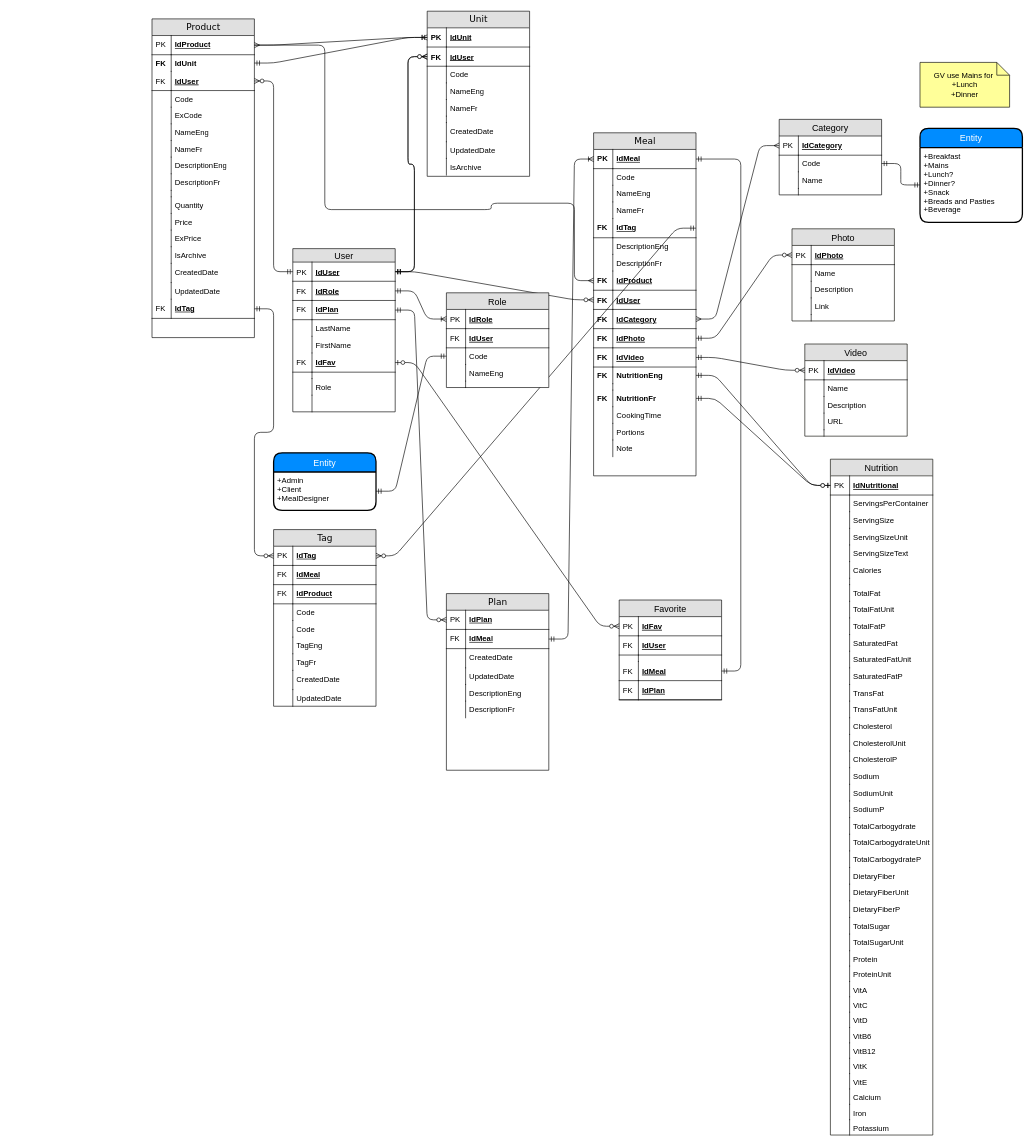
ElvinaCherepovich/MP_CivicTech keeps this draw.io diagram as MealPlannerErDiagram.drawio. Above is the earlier version. Source tidied: cells renumbered, new cells numbered last; positions are measured from the earlier drawing's top-left corner, leaving out a move shared by most shapes. Both pictures are drawn from the tidied source at 64%, with x=0, y=0 at pixel (152, 11).
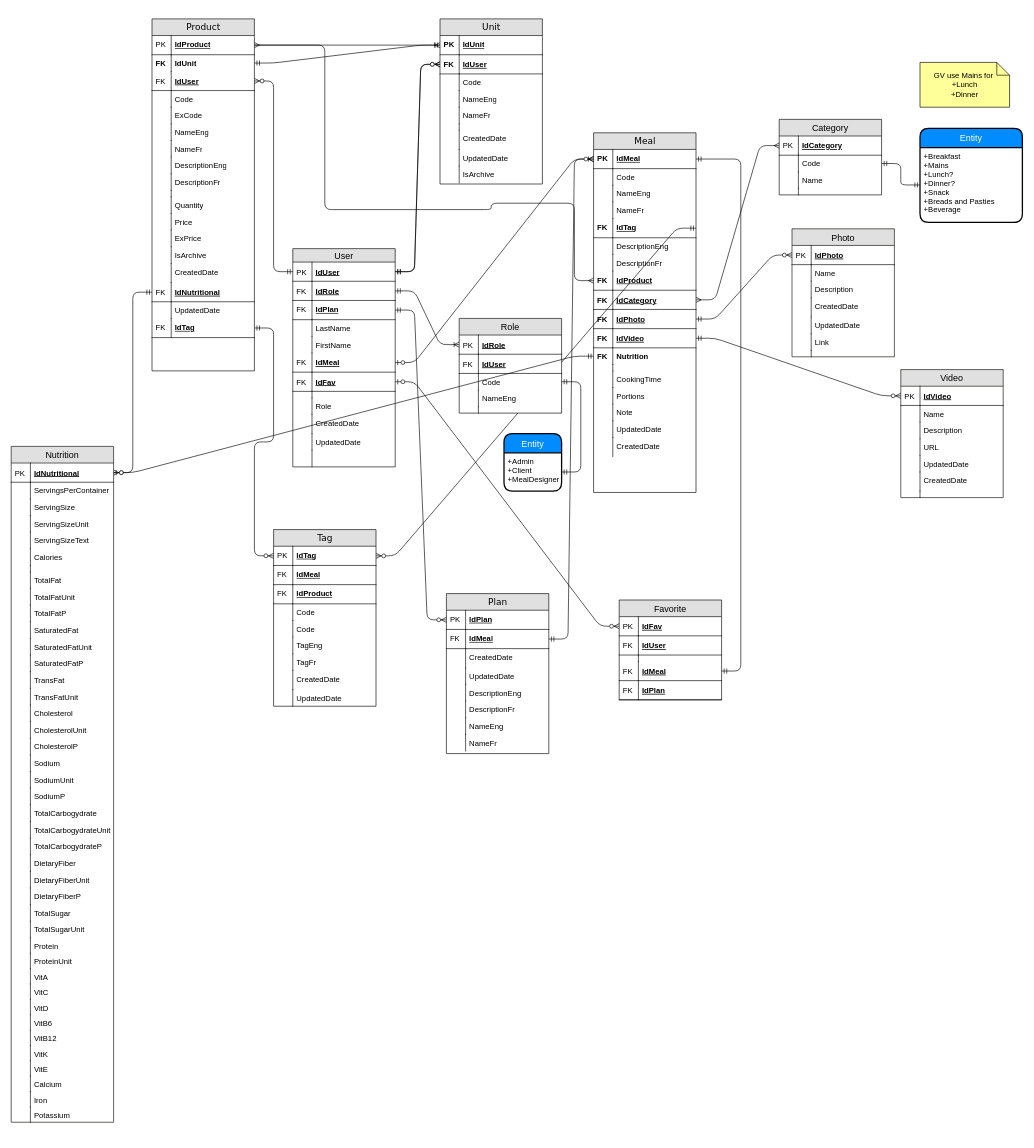
After the change.

Unchanged cells that the change refers to:
```xml
<mxCell id="3" value="IdMeal" style="shape=partialRectangle;top=0;left=0;right=0;bottom=1;html=1;align=left;verticalAlign=middle;fillColor=none;spacingLeft=34;spacingRight=4;whiteSpace=wrap;overflow=hidden;points=[[0,0.5],[1,0.5]];portConstraint=eastwest;fontStyle=5;" parent="2" vertex="1">
  <mxGeometry y="26" width="160" height="30" as="geometry" />
</mxCell>
<mxCell id="115" value="IdUser" style="shape=partialRectangle;top=0;left=0;right=0;bottom=1;align=left;verticalAlign=middle;fillColor=none;spacingLeft=34;spacingRight=4;overflow=hidden;points=[[0,0.5],[1,0.5]];portConstraint=eastwest;fontStyle=5;fontSize=12;" parent="114" vertex="1">
  <mxGeometry y="21" width="160" height="30" as="geometry" />
</mxCell>
<mxCell id="194" value="IdNutritional" style="shape=partialRectangle;top=0;left=0;right=0;bottom=1;align=left;verticalAlign=middle;fillColor=none;spacingLeft=34;spacingRight=4;overflow=hidden;points=[[0,0.5],[1,0.5]];portConstraint=eastwest;fontStyle=5;fontSize=12;" parent="193" vertex="1">
  <mxGeometry y="26" width="160" height="30" as="geometry" />
</mxCell>
```

Change to the diagram source:
```diff
@@
     <mxCell id="2" value="Meal" style="swimlane;html=1;fontStyle=0;horizontal=1;startSize=26;fillColor=#e0e0e0;swimlaneFillColor=#ffffff;align=center;rounded=0;shadow=0;comic=0;labelBackgroundColor=none;strokeWidth=1;fontFamily=Verdana;fontSize=14;swimlaneLine=1;" parent="1" vertex="1">
-      <mxGeometry x="690" y="190" width="160" height="536" as="geometry" />
+      <mxGeometry x="690" y="190" width="160" height="562" as="geometry" />
     </mxCell>
@@
-    <mxCell id="19" value="IdUser" style="shape=partialRectangle;top=0;left=0;right=0;bottom=1;align=left;verticalAlign=middle;fillColor=none;spacingLeft=34;spacingRight=4;overflow=hidden;points=[[0,0.5],[1,0.5]];portConstraint=eastwest;fontStyle=5;fontSize=12;" parent="2" vertex="1">
-      <mxGeometry y="246" width="160" height="30" as="geometry" />
-    </mxCell>
-    <mxCell id="20" value="FK" style="shape=partialRectangle;top=0;left=0;bottom=0;fillColor=none;align=left;verticalAlign=middle;spacingLeft=4;spacingRight=4;overflow=hidden;fontSize=12;fontStyle=1;" parent="19" vertex="1">
-      <mxGeometry width="30" height="30" as="geometry" />
-    </mxCell>
     <mxCell id="21" value="IdCategory" style="shape=partialRectangle;top=0;left=0;right=0;bottom=1;align=left;verticalAlign=middle;fillColor=none;spacingLeft=34;spacingRight=4;overflow=hidden;points=[[0,0.5],[1,0.5]];portConstraint=eastwest;fontStyle=5;fontSize=12;" parent="2" vertex="1">
-      <mxGeometry y="276" width="160" height="30" as="geometry" />
+      <mxGeometry y="246" width="160" height="30" as="geometry" />
     </mxCell>
@@
     <mxCell id="23" value="IdPhoto" style="shape=partialRectangle;top=0;left=0;right=0;bottom=1;align=left;verticalAlign=middle;fillColor=none;spacingLeft=34;spacingRight=4;overflow=hidden;points=[[0,0.5],[1,0.5]];portConstraint=eastwest;fontStyle=5;fontSize=12;" parent="2" vertex="1">
-      <mxGeometry y="306" width="160" height="30" as="geometry" />
+      <mxGeometry y="276" width="160" height="30" as="geometry" />
     </mxCell>
@@
     <mxCell id="25" value="IdVideo" style="shape=partialRectangle;top=0;left=0;right=0;bottom=1;align=left;verticalAlign=middle;fillColor=none;spacingLeft=34;spacingRight=4;overflow=hidden;points=[[0,0.5],[1,0.5]];portConstraint=eastwest;fontStyle=5;fontSize=12;" parent="2" vertex="1">
-      <mxGeometry y="336" width="160" height="30" as="geometry" />
+      <mxGeometry y="306" width="160" height="30" as="geometry" />
     </mxCell>
@@
-    <mxCell id="27" value="NutritionEng" style="shape=partialRectangle;top=0;left=0;right=0;bottom=0;html=1;align=left;verticalAlign=top;fillColor=none;spacingLeft=34;spacingRight=4;whiteSpace=wrap;overflow=hidden;points=[[0,0.5],[1,0.5]];portConstraint=eastwest;fontStyle=1;" parent="2" vertex="1">
-      <mxGeometry y="366" width="160" height="26" as="geometry" />
+    <mxCell id="27" value="Nutrition" style="shape=partialRectangle;top=0;left=0;right=0;bottom=0;html=1;align=left;verticalAlign=top;fillColor=none;spacingLeft=34;spacingRight=4;whiteSpace=wrap;overflow=hidden;points=[[0,0.5],[1,0.5]];portConstraint=eastwest;fontStyle=1;" parent="2" vertex="1">
+      <mxGeometry y="336" width="160" height="26" as="geometry" />
     </mxCell>
@@
     <mxCell id="29" style="shape=partialRectangle;top=0;left=0;right=0;bottom=0;html=1;align=left;verticalAlign=top;fillColor=none;spacingLeft=34;spacingRight=4;whiteSpace=wrap;overflow=hidden;" parent="2" vertex="1">
-      <mxGeometry y="392" width="160" height="10" as="geometry" />
+      <mxGeometry y="362" width="160" height="10" as="geometry" />
     </mxCell>
@@
-    <mxCell id="31" value="NutritionFr" style="shape=partialRectangle;top=0;left=0;right=0;bottom=0;html=1;align=left;verticalAlign=top;fillColor=none;spacingLeft=34;spacingRight=4;whiteSpace=wrap;overflow=hidden;points=[[0,0.5],[1,0.5]];portConstraint=eastwest;fontStyle=1;" parent="2" vertex="1">
-      <mxGeometry y="402" width="160" height="26" as="geometry" />
-    </mxCell>
-    <mxCell id="32" value="FK" style="shape=partialRectangle;top=0;left=0;bottom=0;html=1;fillColor=none;align=left;verticalAlign=top;spacingLeft=4;spacingRight=4;whiteSpace=wrap;overflow=hidden;fontStyle=1;" parent="31" vertex="1">
-      <mxGeometry width="30" height="26" as="geometry" />
-    </mxCell>
     <mxCell id="33" value="CookingTime" style="shape=partialRectangle;top=0;left=0;right=0;bottom=0;html=1;align=left;verticalAlign=top;fillColor=none;spacingLeft=34;spacingRight=4;whiteSpace=wrap;overflow=hidden;fontStyle=0;" parent="2" vertex="1">
-      <mxGeometry y="428" width="160" height="26" as="geometry" />
+      <mxGeometry y="372" width="160" height="26" as="geometry" />
     </mxCell>
@@
     <mxCell id="35" value="Portions" style="shape=partialRectangle;top=0;left=0;right=0;bottom=0;html=1;align=left;verticalAlign=top;fillColor=none;spacingLeft=34;spacingRight=4;whiteSpace=wrap;overflow=hidden;fontStyle=0;" parent="2" vertex="1">
-      <mxGeometry y="454" width="160" height="26" as="geometry" />
+      <mxGeometry y="398" width="160" height="26" as="geometry" />
     </mxCell>
@@
     <mxCell id="37" value="Note" style="shape=partialRectangle;top=0;left=0;right=0;bottom=0;html=1;align=left;verticalAlign=top;fillColor=none;spacingLeft=34;spacingRight=4;whiteSpace=wrap;overflow=hidden;fontStyle=0;" parent="2" vertex="1">
-      <mxGeometry y="480" width="160" height="26" as="geometry" />
+      <mxGeometry y="424" width="160" height="26" as="geometry" />
     </mxCell>
@@
+    <mxCell id="306" value="UpdatedDate" style="shape=partialRectangle;top=0;left=0;right=0;bottom=0;html=1;align=left;verticalAlign=top;fillColor=none;spacingLeft=34;spacingRight=4;whiteSpace=wrap;overflow=hidden;" parent="2" vertex="1">
+      <mxGeometry y="450" width="160" height="26" as="geometry" />
+    </mxCell>
+    <mxCell id="307" style="shape=partialRectangle;top=0;left=0;bottom=0;html=1;fillColor=none;align=left;verticalAlign=top;spacingLeft=4;spacingRight=4;whiteSpace=wrap;overflow=hidden;" parent="306" vertex="1">
+      <mxGeometry width="30" height="26" as="geometry" />
+    </mxCell>
+    <mxCell id="308" value="CreatedDate" style="shape=partialRectangle;top=0;left=0;right=0;bottom=0;html=1;align=left;verticalAlign=top;fillColor=none;spacingLeft=34;spacingRight=4;whiteSpace=wrap;overflow=hidden;" parent="2" vertex="1">
+      <mxGeometry y="476" width="160" height="30" as="geometry" />
+    </mxCell>
+    <mxCell id="309" style="shape=partialRectangle;top=0;left=0;bottom=0;html=1;fillColor=none;align=left;verticalAlign=top;spacingLeft=4;spacingRight=4;whiteSpace=wrap;overflow=hidden;" parent="308" vertex="1">
+      <mxGeometry width="30" height="30" as="geometry" />
+    </mxCell>
     <mxCell id="39" value="Product" style="swimlane;html=1;fontStyle=0;horizontal=1;startSize=26;fillColor=#e0e0e0;swimlaneFillColor=#ffffff;align=center;rounded=0;shadow=0;comic=0;labelBackgroundColor=none;strokeWidth=1;fontFamily=Verdana;fontSize=14;" parent="1" vertex="1">
-      <mxGeometry y="12" width="160" height="498" as="geometry" />
+      <mxGeometry y="12" width="160" height="550" as="geometry" />
     </mxCell>
@@
+    <mxCell id="310" value="IdNutritional" style="shape=partialRectangle;top=0;left=0;right=0;bottom=1;align=left;verticalAlign=middle;fillColor=none;spacingLeft=34;spacingRight=4;overflow=hidden;points=[[0,0.5],[1,0.5]];portConstraint=eastwest;fontStyle=5;fontSize=12;" parent="39" vertex="1">
+      <mxGeometry y="412" width="160" height="30" as="geometry" />
+    </mxCell>
+    <mxCell id="311" value="FK" style="shape=partialRectangle;top=0;left=0;bottom=0;fillColor=none;align=left;verticalAlign=middle;spacingLeft=4;spacingRight=4;overflow=hidden;fontSize=12;" parent="310" vertex="1">
+      <mxGeometry width="30" height="30" as="geometry" />
+    </mxCell>
     <mxCell id="70" value="UpdatedDate" style="shape=partialRectangle;top=0;left=0;right=0;bottom=0;html=1;align=left;verticalAlign=top;fillColor=none;spacingLeft=34;spacingRight=4;whiteSpace=wrap;overflow=hidden;" parent="39" vertex="1">
-      <mxGeometry y="412" width="160" height="26" as="geometry" />
+      <mxGeometry y="442" width="160" height="26" as="geometry" />
     </mxCell>
@@
     <mxCell id="72" value="IdTag" style="shape=partialRectangle;top=0;left=0;right=0;bottom=1;html=1;align=left;verticalAlign=middle;fillColor=none;spacingLeft=34;spacingRight=4;whiteSpace=wrap;overflow=hidden;points=[[0,0.5],[1,0.5]];portConstraint=eastwest;fontStyle=5;" parent="39" vertex="1">
-      <mxGeometry y="438" width="160" height="30" as="geometry" />
+      <mxGeometry y="468" width="160" height="30" as="geometry" />
     </mxCell>
@@
     <mxCell id="94" value="Unit" style="swimlane;html=1;fontStyle=0;horizontal=1;startSize=26;fillColor=#e0e0e0;swimlaneFillColor=#ffffff;align=center;rounded=0;shadow=0;comic=0;labelBackgroundColor=none;strokeWidth=1;fontFamily=Verdana;fontSize=14;" parent="1" vertex="1">
-      <mxGeometry x="430" width="160" height="258" as="geometry" />
+      <mxGeometry x="450" y="12" width="160" height="258" as="geometry" />
     </mxCell>
@@
     <mxCell id="114" value="User" style="swimlane;fontStyle=0;horizontal=1;startSize=21;fillColor=#e0e0e0;swimlaneFillColor=#ffffff;align=center;fontSize=14;" parent="1" vertex="1">
-      <mxGeometry x="220" y="371" width="160" height="255" as="geometry" />
+      <mxGeometry x="220" y="371" width="160" height="341" as="geometry" />
     </mxCell>
@@
+    <mxCell id="312" value="IdMeal" style="shape=partialRectangle;top=0;left=0;right=0;bottom=1;align=left;verticalAlign=middle;fillColor=none;spacingLeft=34;spacingRight=4;overflow=hidden;points=[[0,0.5],[1,0.5]];portConstraint=eastwest;fontStyle=5;fontSize=12;" parent="114" vertex="1">
+      <mxGeometry y="163" width="160" height="30" as="geometry" />
+    </mxCell>
+    <mxCell id="313" value="FK" style="shape=partialRectangle;top=0;left=0;bottom=0;fillColor=none;align=left;verticalAlign=middle;spacingLeft=4;spacingRight=4;overflow=hidden;fontSize=12;" parent="312" vertex="1">
+      <mxGeometry width="30" height="30" as="geometry" />
+    </mxCell>
     <mxCell id="125" value="IdFav" style="shape=partialRectangle;top=0;left=0;right=0;bottom=1;align=left;verticalAlign=middle;fillColor=none;spacingLeft=34;spacingRight=4;overflow=hidden;points=[[0,0.5],[1,0.5]];portConstraint=eastwest;fontStyle=5;fontSize=12;" parent="114" vertex="1">
-      <mxGeometry y="163" width="160" height="30" as="geometry" />
+      <mxGeometry y="193" width="160" height="30" as="geometry" />
     </mxCell>
@@
     <mxCell id="127" style="shape=partialRectangle;top=0;left=0;right=0;bottom=0;align=left;verticalAlign=top;fillColor=none;spacingLeft=34;spacingRight=4;overflow=hidden;fontSize=12;" parent="114" vertex="1">
-      <mxGeometry y="193" width="160" height="10" as="geometry" />
+      <mxGeometry y="223" width="160" height="10" as="geometry" />
     </mxCell>
@@
     <mxCell id="129" value="Role" style="shape=partialRectangle;top=0;left=0;right=0;bottom=0;align=left;verticalAlign=top;fillColor=none;spacingLeft=34;spacingRight=4;overflow=hidden;fontSize=12;" parent="114" vertex="1">
-      <mxGeometry y="203" width="160" height="26" as="geometry" />
+      <mxGeometry y="233" width="160" height="26" as="geometry" />
     </mxCell>
@@
+    <mxCell id="314" value="CreatedDate" style="shape=partialRectangle;top=0;left=0;right=0;bottom=0;html=1;align=left;verticalAlign=top;fillColor=none;spacingLeft=34;spacingRight=4;whiteSpace=wrap;overflow=hidden;" parent="114" vertex="1">
+      <mxGeometry y="259" width="160" height="30" as="geometry" />
+    </mxCell>
+    <mxCell id="315" style="shape=partialRectangle;top=0;left=0;bottom=0;html=1;fillColor=none;align=left;verticalAlign=top;spacingLeft=4;spacingRight=4;whiteSpace=wrap;overflow=hidden;" parent="314" vertex="1">
+      <mxGeometry width="30" height="30" as="geometry" />
+    </mxCell>
+    <mxCell id="316" value="UpdatedDate" style="shape=partialRectangle;top=0;left=0;right=0;bottom=0;html=1;align=left;verticalAlign=top;fillColor=none;spacingLeft=34;spacingRight=4;whiteSpace=wrap;overflow=hidden;" parent="114" vertex="1">
+      <mxGeometry y="289" width="160" height="26" as="geometry" />
+    </mxCell>
+    <mxCell id="317" style="shape=partialRectangle;top=0;left=0;bottom=0;html=1;fillColor=none;align=left;verticalAlign=top;spacingLeft=4;spacingRight=4;whiteSpace=wrap;overflow=hidden;" parent="316" vertex="1">
+      <mxGeometry width="30" height="26" as="geometry" />
+    </mxCell>
     <mxCell id="131" style="shape=partialRectangle;top=0;left=0;right=0;bottom=0;align=left;verticalAlign=top;fillColor=none;spacingLeft=34;spacingRight=4;overflow=hidden;fontSize=12;" parent="114" vertex="1">
-      <mxGeometry y="229" width="160" height="26" as="geometry" />
+      <mxGeometry y="315" width="160" height="26" as="geometry" />
     </mxCell>
@@
-    <mxCell id="134" style="edgeStyle=entityRelationEdgeStyle;fontSize=12;html=1;endArrow=ERzeroToMany;startArrow=ERmandOne;entryX=0;entryY=0.5;entryDx=0;entryDy=0;" parent="1" edge="1" source="115" target="19">
-      <mxGeometry relative="1" as="geometry" />
-    </mxCell>
     <mxCell id="135" value="Role" style="swimlane;fontStyle=0;horizontal=1;startSize=26;fillColor=#e0e0e0;swimlaneFillColor=#ffffff;align=center;fontSize=14;" parent="1" vertex="1">
-      <mxGeometry x="460" y="440" width="160" height="148" as="geometry" />
+      <mxGeometry x="480" y="480" width="160" height="148" as="geometry" />
     </mxCell>
@@
     <mxCell id="147" value="Entity" style="swimlane;horizontal=1;startSize=30;fillColor=#008cff;fontColor=#FFFFFF;rounded=1;fontSize=14;fontStyle=0;strokeWidth=2;shadow=0;dashed=0;align=center;" parent="1" vertex="1">
-      <mxGeometry x="190" y="690" width="160" height="90" as="geometry" />
+      <mxGeometry x="550" y="660" width="90" height="90" as="geometry" />
     </mxCell>
     <mxCell id="148" value="+Admin&#10;+Client&#10;+MealDesigner" style="align=left;strokeColor=none;fillColor=none;spacingLeft=4;fontSize=12;verticalAlign=top;" parent="147" vertex="1">
-      <mxGeometry y="30" width="160" height="60" as="geometry" />
+      <mxGeometry y="30" width="90" height="60" as="geometry" />
     </mxCell>
@@
     <mxCell id="169" value="Photo" style="swimlane;fontStyle=0;horizontal=1;startSize=26;fillColor=#e0e0e0;swimlaneFillColor=#ffffff;align=center;fontSize=14;strokeColor=#0A0A04;" parent="1" vertex="1">
-      <mxGeometry x="1000" y="340" width="160" height="144" as="geometry" />
+      <mxGeometry x="1000" y="340" width="160" height="200" as="geometry" />
     </mxCell>
@@
+    <mxCell id="318" value="CreatedDate" style="shape=partialRectangle;top=0;left=0;right=0;bottom=0;html=1;align=left;verticalAlign=top;fillColor=none;spacingLeft=34;spacingRight=4;whiteSpace=wrap;overflow=hidden;" parent="169" vertex="1">
+      <mxGeometry y="108" width="160" height="30" as="geometry" />
+    </mxCell>
+    <mxCell id="319" style="shape=partialRectangle;top=0;left=0;bottom=0;html=1;fillColor=none;align=left;verticalAlign=top;spacingLeft=4;spacingRight=4;whiteSpace=wrap;overflow=hidden;" parent="318" vertex="1">
+      <mxGeometry width="30" height="30" as="geometry" />
+    </mxCell>
+    <mxCell id="320" value="UpdatedDate" style="shape=partialRectangle;top=0;left=0;right=0;bottom=0;html=1;align=left;verticalAlign=top;fillColor=none;spacingLeft=34;spacingRight=4;whiteSpace=wrap;overflow=hidden;" parent="169" vertex="1">
+      <mxGeometry y="138" width="160" height="26" as="geometry" />
+    </mxCell>
+    <mxCell id="321" style="shape=partialRectangle;top=0;left=0;bottom=0;html=1;fillColor=none;align=left;verticalAlign=top;spacingLeft=4;spacingRight=4;whiteSpace=wrap;overflow=hidden;" parent="320" vertex="1">
+      <mxGeometry width="30" height="26" as="geometry" />
+    </mxCell>
     <mxCell id="176" value="Link" style="shape=partialRectangle;top=0;left=0;right=0;bottom=0;align=left;verticalAlign=top;fillColor=none;spacingLeft=34;spacingRight=4;overflow=hidden;fontSize=12;" parent="169" vertex="1">
-      <mxGeometry y="108" width="160" height="26" as="geometry" />
+      <mxGeometry y="164" width="160" height="26" as="geometry" />
     </mxCell>
@@
     <mxCell id="178" style="shape=partialRectangle;top=0;left=0;right=0;bottom=0;align=left;verticalAlign=top;fillColor=none;spacingLeft=34;spacingRight=4;overflow=hidden;fontSize=12;" parent="169" vertex="1">
-      <mxGeometry y="134" width="160" height="10" as="geometry" />
+      <mxGeometry y="190" width="160" height="10" as="geometry" />
     </mxCell>
@@
     <mxCell id="181" value="Video" style="swimlane;fontStyle=0;horizontal=1;startSize=26;fillColor=#e0e0e0;swimlaneFillColor=#ffffff;align=center;fontSize=14;strokeColor=#0A0A04;" parent="1" vertex="1">
-      <mxGeometry x="1020" y="520" width="160" height="144" as="geometry" />
+      <mxGeometry x="1170" y="560" width="160" height="200" as="geometry" />
     </mxCell>
@@
+    <mxCell id="322" value="UpdatedDate" style="shape=partialRectangle;top=0;left=0;right=0;bottom=0;html=1;align=left;verticalAlign=top;fillColor=none;spacingLeft=34;spacingRight=4;whiteSpace=wrap;overflow=hidden;" parent="181" vertex="1">
+      <mxGeometry y="134" width="160" height="26" as="geometry" />
+    </mxCell>
+    <mxCell id="323" style="shape=partialRectangle;top=0;left=0;bottom=0;html=1;fillColor=none;align=left;verticalAlign=top;spacingLeft=4;spacingRight=4;whiteSpace=wrap;overflow=hidden;" parent="322" vertex="1">
+      <mxGeometry width="30" height="26" as="geometry" />
+    </mxCell>
+    <mxCell id="324" value="CreatedDate" style="shape=partialRectangle;top=0;left=0;right=0;bottom=0;html=1;align=left;verticalAlign=top;fillColor=none;spacingLeft=34;spacingRight=4;whiteSpace=wrap;overflow=hidden;" parent="181" vertex="1">
+      <mxGeometry y="160" width="160" height="30" as="geometry" />
+    </mxCell>
+    <mxCell id="325" style="shape=partialRectangle;top=0;left=0;bottom=0;html=1;fillColor=none;align=left;verticalAlign=top;spacingLeft=4;spacingRight=4;whiteSpace=wrap;overflow=hidden;" parent="324" vertex="1">
+      <mxGeometry width="30" height="30" as="geometry" />
+    </mxCell>
     <mxCell id="190" style="shape=partialRectangle;top=0;left=0;right=0;bottom=0;align=left;verticalAlign=top;fillColor=none;spacingLeft=34;spacingRight=4;overflow=hidden;fontSize=12;" parent="181" vertex="1">
-      <mxGeometry y="134" width="160" height="10" as="geometry" />
+      <mxGeometry y="190" width="160" height="10" as="geometry" />
     </mxCell>
@@
     <mxCell id="193" value="Nutrition" style="swimlane;fontStyle=0;horizontal=1;startSize=26;fillColor=#e0e0e0;swimlaneFillColor=#ffffff;align=center;fontSize=14;strokeColor=#0A0A04;" parent="1" vertex="1">
-      <mxGeometry x="1060" y="700" width="160" height="1056" as="geometry" />
+      <mxGeometry x="-220" y="680" width="160" height="1056" as="geometry" />
     </mxCell>
@@
-    <mxCell id="276" style="edgeStyle=entityRelationEdgeStyle;fontSize=12;html=1;endArrow=ERzeroToOne;startArrow=ERmandOne;" parent="1" edge="1" source="31" target="194">
-      <mxGeometry relative="1" as="geometry" />
-    </mxCell>
@@
     <mxCell id="291" value="Plan" style="swimlane;html=1;fontStyle=0;horizontal=1;startSize=26;fillColor=#e0e0e0;swimlaneFillColor=#ffffff;align=center;rounded=0;shadow=0;comic=0;labelBackgroundColor=none;strokeWidth=1;fontFamily=Verdana;fontSize=14;" parent="1" vertex="1">
-      <mxGeometry x="460" y="910" width="160" height="276" as="geometry" />
+      <mxGeometry x="460" y="910" width="160" height="250" as="geometry" />
     </mxCell>
@@
+    <mxCell id="326" value="NameEng" style="shape=partialRectangle;top=0;left=0;right=0;bottom=0;align=left;verticalAlign=top;fillColor=none;spacingLeft=34;spacingRight=4;overflow=hidden;fontSize=12;" parent="291" vertex="1">
+      <mxGeometry y="194" width="160" height="26" as="geometry" />
+    </mxCell>
+    <mxCell id="327" style="shape=partialRectangle;top=0;left=0;bottom=0;fillColor=none;align=left;verticalAlign=top;spacingLeft=4;spacingRight=4;overflow=hidden;fontSize=12;" parent="326" vertex="1">
+      <mxGeometry width="30" height="26" as="geometry" />
+    </mxCell>
+    <mxCell id="328" value="NameFr" style="shape=partialRectangle;top=0;left=0;right=0;bottom=0;align=left;verticalAlign=top;fillColor=none;spacingLeft=34;spacingRight=4;overflow=hidden;fontSize=12;" parent="291" vertex="1">
+      <mxGeometry y="220" width="160" height="26" as="geometry" />
+    </mxCell>
+    <mxCell id="329" style="shape=partialRectangle;top=0;left=0;bottom=0;fillColor=none;align=left;verticalAlign=top;spacingLeft=4;spacingRight=4;overflow=hidden;fontSize=12;" parent="328" vertex="1">
+      <mxGeometry width="30" height="26" as="geometry" />
+    </mxCell>
@@
+    <mxCell id="330" style="edgeStyle=entityRelationEdgeStyle;fontSize=12;html=1;endArrow=ERzeroToMany;startArrow=ERzeroToOne;" parent="1" edge="1" source="312" target="3">
+      <mxGeometry relative="1" as="geometry" />
+    </mxCell>
+    <mxCell id="331" style="edgeStyle=entityRelationEdgeStyle;fontSize=12;html=1;endArrow=ERzeroToMany;startArrow=ERmandOne;" parent="1" edge="1" source="310" target="194">
+      <mxGeometry relative="1" as="geometry" />
+    </mxCell>
```
